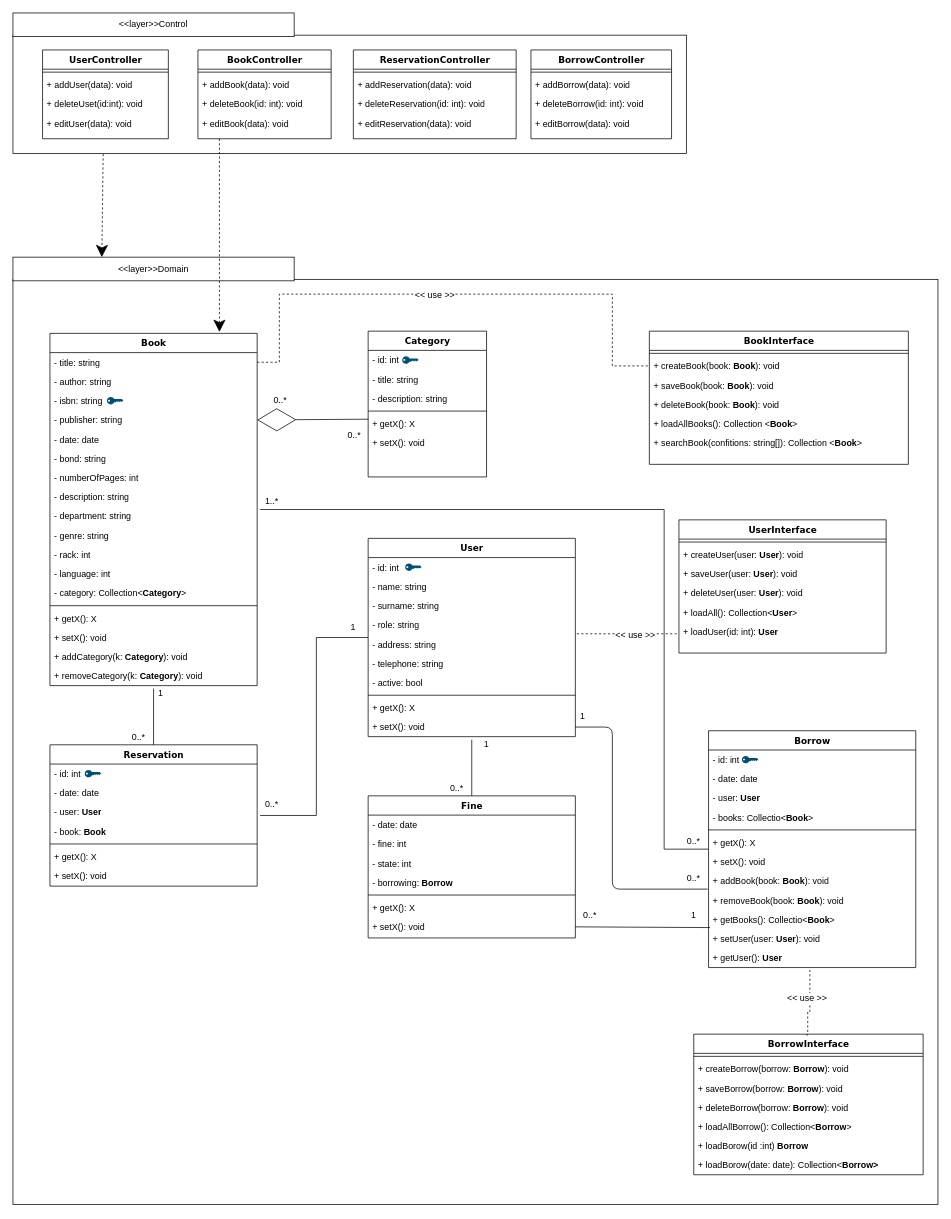
Before: Navrh_IS/assets/classdiagram/KDM.drawio in tammar96/piswap, a draw.io diagram. Source tidied: cells renumbered, new cells numbered last; positions are measured from the earlier drawing's top-left corner, leaving out a move shared by most shapes. Both pictures are drawn from the tidied source at 74%, with x=0, y=0 at pixel (13, 13).
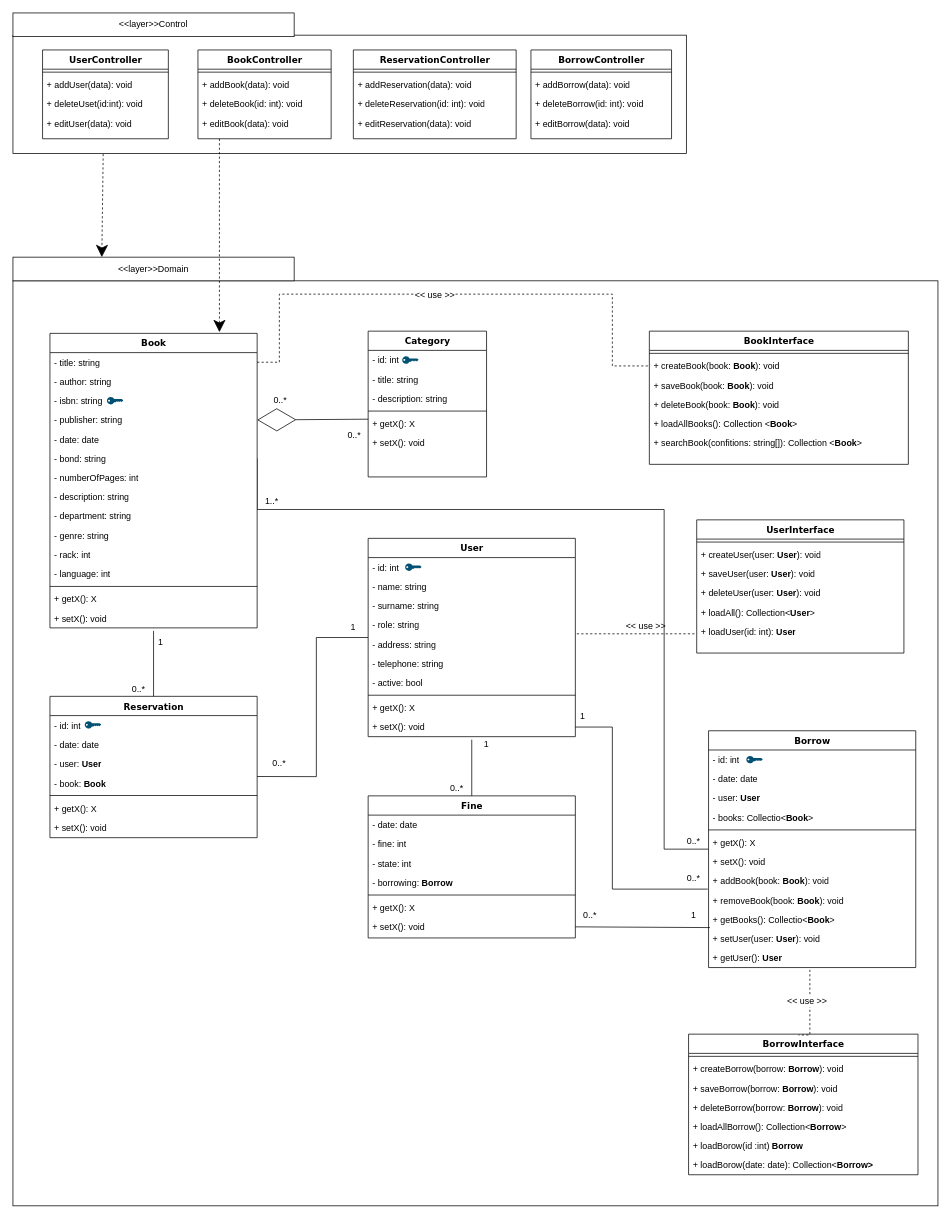
The same diagram, later.

Commit message (it also covers changes not shown here):
Remove category from Book class

Unchanged cells that the change refers to:
```xml
<mxCell id="4" style="edgeStyle=orthogonalEdgeStyle;rounded=0;jettySize=auto;html=1;startArrow=none;startFill=0;startSize=25;sourcePerimeterSpacing=4;endArrow=none;endFill=0;endSize=50;strokeColor=#000000;strokeWidth=1;dashed=1;" parent="1" edge="1" target="39">
  <mxGeometry relative="1" as="geometry">
    <mxPoint x="762" y="839" as="sourcePoint" />
    <Array as="points">
      <mxPoint x="880" y="839" />
      <mxPoint x="880" y="839" />
    </Array>
  </mxGeometry>
</mxCell>
<mxCell id="13" value="- bond: string" style="text;html=1;strokeColor=none;fillColor=none;align=left;verticalAlign=top;spacingLeft=4;spacingRight=4;whiteSpace=wrap;overflow=hidden;points=[[0,0.5],[1,0.5]];portConstraint=eastwest;" parent="7" vertex="1">
  <mxGeometry y="156" width="280" height="26" as="geometry" />
</mxCell>
<mxCell id="26" value="Borrow" style="swimlane;html=1;fontStyle=1;align=center;verticalAlign=top;horizontal=1;startSize=26;swimlaneFillColor=#ffffff;rounded=0;shadow=0;comic=0;labelBackgroundColor=none;strokeWidth=1;fillColor=none;fontFamily=Verdana;fontSize=12;" parent="1" vertex="1">
  <mxGeometry x="940" y="970" width="280" height="320" as="geometry" />
</mxCell>
<mxCell id="34" value="+ addBook(book: &lt;b&gt;Book&lt;/b&gt;): void" style="text;html=1;strokeColor=none;fillColor=none;align=left;verticalAlign=top;spacingLeft=4;spacingRight=4;whiteSpace=wrap;overflow=hidden;points=[[0,0.5],[1,0.5]];portConstraint=eastwest;" parent="26" vertex="1">
  <mxGeometry y="190" width="280" height="26" as="geometry" />
</mxCell>
<mxCell id="38" value="+ getUser(): &lt;b&gt;User&lt;/b&gt;" style="text;html=1;strokeColor=none;fillColor=none;align=left;verticalAlign=top;spacingLeft=4;spacingRight=4;whiteSpace=wrap;overflow=hidden;points=[[0,0.5],[1,0.5]];portConstraint=eastwest;" parent="26" vertex="1">
  <mxGeometry y="294" width="280" height="26" as="geometry" />
</mxCell>
<mxCell id="50" value="- user: &lt;b&gt;User&lt;/b&gt;" style="text;html=1;strokeColor=none;fillColor=none;align=left;verticalAlign=top;spacingLeft=4;spacingRight=4;whiteSpace=wrap;overflow=hidden;points=[[0,0.5],[1,0.5]];portConstraint=eastwest;" parent="47" vertex="1">
  <mxGeometry y="78" width="280" height="26" as="geometry" />
</mxCell>
<mxCell id="56" value="User" style="swimlane;html=1;fontStyle=1;align=center;verticalAlign=top;horizontal=1;startSize=26;swimlaneFillColor=#ffffff;rounded=0;shadow=0;comic=0;labelBackgroundColor=none;strokeWidth=1;fillColor=none;fontFamily=Verdana;fontSize=12;" parent="1" vertex="1">
  <mxGeometry x="480" y="710" width="280" height="268" as="geometry" />
</mxCell>
<mxCell id="66" value="+ setX(): void" style="text;html=1;strokeColor=none;fillColor=none;align=left;verticalAlign=top;spacingLeft=4;spacingRight=4;whiteSpace=wrap;overflow=hidden;points=[[0,0.5],[1,0.5]];portConstraint=eastwest;" parent="56" vertex="1">
  <mxGeometry y="242" width="280" height="26" as="geometry" />
</mxCell>
```

Diff of the diagram source:
```diff
@@
     <mxCell id="2" style="whiteSpace=wrap;html=1;" parent="1" vertex="1">
-      <mxGeometry y="360" width="1250" height="1250" as="geometry" />
+      <mxGeometry y="362" width="1250" height="1250" as="geometry" />
     </mxCell>
@@
     <mxCell id="5" value="&amp;lt;&amp;lt; use &amp;gt;&amp;gt;" style="text;html=1;align=center;verticalAlign=middle;labelBackgroundColor=#ffffff;" parent="4" vertex="1">
       <mxGeometry x="0.12" y="-1" relative="1" as="geometry">
-        <mxPoint x="1" as="offset" />
+        <mxPoint x="1" y="-12" as="offset" />
       </mxGeometry>
     </mxCell>
-    <mxCell id="6" style="edgeStyle=orthogonalEdgeStyle;rounded=0;jettySize=auto;html=1;startArrow=none;startFill=0;startSize=25;sourcePerimeterSpacing=4;endArrow=none;endFill=0;endSize=50;strokeColor=#000000;strokeWidth=1;" parent="1" edge="1" source="7" target="26">
+    <mxCell id="6" style="edgeStyle=orthogonalEdgeStyle;rounded=0;jettySize=auto;html=1;startArrow=none;startFill=0;startSize=25;sourcePerimeterSpacing=4;endArrow=none;endFill=0;endSize=50;strokeColor=#000000;strokeWidth=1;exitX=1;exitY=0.5;exitDx=0;exitDy=0;" parent="1" edge="1" source="13" target="26">
       <mxGeometry relative="1" as="geometry">
         <Array as="points">
+          <mxPoint x="330" y="671" />
           <mxPoint x="880" y="671" />
           <mxPoint x="880" y="1130" />
         </Array>
       </mxGeometry>
     </mxCell>
     <mxCell id="7" value="Book" style="swimlane;html=1;fontStyle=1;align=center;verticalAlign=top;horizontal=1;startSize=26;swimlaneFillColor=#ffffff;rounded=0;shadow=0;comic=0;labelBackgroundColor=none;strokeWidth=1;fillColor=none;fontFamily=Verdana;fontSize=12;" parent="1" vertex="1">
-      <mxGeometry x="50" y="433" width="280" height="476" as="geometry" />
+      <mxGeometry x="50" y="433" width="280" height="398" as="geometry" />
     </mxCell>
@@
-    <mxCell id="20" value="-&lt;span lang=&quot;en&quot;&gt; category&lt;/span&gt;: Collection&amp;lt;&lt;b&gt;Category&lt;/b&gt;&amp;gt;" style="text;html=1;strokeColor=none;fillColor=none;align=left;verticalAlign=top;spacingLeft=4;spacingRight=4;whiteSpace=wrap;overflow=hidden;" parent="7" vertex="1">
-      <mxGeometry y="338" width="280" height="26" as="geometry" />
-    </mxCell>
     <mxCell id="21" style="line;html=1;strokeWidth=1;fillColor=none;align=left;verticalAlign=middle;spacingTop=-1;spacingLeft=3;spacingRight=3;labelPosition=right;" parent="7" vertex="1">
-      <mxGeometry y="364" width="280" height="8" as="geometry" />
+      <mxGeometry y="338" width="280" height="8" as="geometry" />
     </mxCell>
     <mxCell id="22" value="+ getX(): X" style="text;html=1;strokeColor=none;fillColor=none;align=left;verticalAlign=top;spacingLeft=4;spacingRight=4;whiteSpace=wrap;overflow=hidden;" parent="7" vertex="1">
-      <mxGeometry y="372" width="280" height="26" as="geometry" />
+      <mxGeometry y="346" width="280" height="26" as="geometry" />
     </mxCell>
     <mxCell id="23" value="+ setX(): void" style="text;html=1;strokeColor=none;fillColor=none;align=left;verticalAlign=top;spacingLeft=4;spacingRight=4;whiteSpace=wrap;overflow=hidden;" parent="7" vertex="1">
-      <mxGeometry y="398" width="280" height="26" as="geometry" />
+      <mxGeometry y="372" width="280" height="26" as="geometry" />
     </mxCell>
-    <mxCell id="24" value="+ addCategory(k: &lt;b&gt;Category&lt;/b&gt;): void" style="text;html=1;strokeColor=none;fillColor=none;align=left;verticalAlign=top;spacingLeft=4;spacingRight=4;whiteSpace=wrap;overflow=hidden;" parent="7" vertex="1">
-      <mxGeometry y="424" width="280" height="26" as="geometry" />
-    </mxCell>
-    <mxCell id="25" value="+ removeCategory(k: &lt;b&gt;Category&lt;/b&gt;): void" style="text;html=1;strokeColor=none;fillColor=none;align=left;verticalAlign=top;spacingLeft=4;spacingRight=4;whiteSpace=wrap;overflow=hidden;" parent="7" vertex="1">
-      <mxGeometry y="450" width="280" height="26" as="geometry" />
-    </mxCell>
@@
     <mxCell id="39" value="UserInterface" style="swimlane;html=1;fontStyle=1;align=center;verticalAlign=top;horizontal=1;startSize=26;swimlaneFillColor=#ffffff;rounded=0;shadow=0;comic=0;labelBackgroundColor=none;strokeWidth=1;fillColor=none;fontFamily=Verdana;fontSize=12;" parent="1" vertex="1">
-      <mxGeometry x="900" y="685" width="280" height="180" as="geometry" />
+      <mxGeometry x="924" y="685" width="280" height="180" as="geometry" />
     </mxCell>
@@
-    <mxCell id="46" style="edgeStyle=orthogonalEdgeStyle;rounded=0;jettySize=auto;html=1;startArrow=none;startFill=0;startSize=25;sourcePerimeterSpacing=4;endArrow=none;endFill=0;endSize=50;strokeColor=#000000;strokeWidth=1;" parent="1" edge="1" source="47" target="56">
+    <mxCell id="46" style="edgeStyle=orthogonalEdgeStyle;rounded=0;jettySize=auto;html=1;startArrow=none;startFill=0;startSize=25;sourcePerimeterSpacing=4;endArrow=none;endFill=0;endSize=50;strokeColor=#000000;strokeWidth=1;" parent="1" edge="1" source="50" target="56">
       <mxGeometry relative="1" as="geometry">
         <Array as="points">
-          <mxPoint x="410" y="1085" />
+          <mxPoint x="410" y="1032" />
           <mxPoint x="410" y="844" />
         </Array>
       </mxGeometry>
     </mxCell>
     <mxCell id="47" value="Reservation" style="swimlane;html=1;fontStyle=1;align=center;verticalAlign=top;horizontal=1;startSize=26;swimlaneFillColor=#ffffff;rounded=0;shadow=0;comic=0;labelBackgroundColor=none;strokeWidth=1;fillColor=none;fontFamily=Verdana;fontSize=12;" parent="1" vertex="1">
-      <mxGeometry x="50" y="989" width="280" height="191" as="geometry" />
+      <mxGeometry x="50" y="923.5" width="280" height="191" as="geometry" />
     </mxCell>
@@
     <mxCell id="86" value="1" style="text;html=1;strokeColor=none;fillColor=none;align=center;verticalAlign=middle;whiteSpace=wrap;rounded=0;" parent="1" vertex="1">
-      <mxGeometry x="180" y="909" width="40" height="20" as="geometry" />
+      <mxGeometry x="180" y="840" width="40" height="20" as="geometry" />
     </mxCell>
     <mxCell id="87" value="0..*" style="text;html=1;strokeColor=none;fillColor=none;align=center;verticalAlign=middle;whiteSpace=wrap;rounded=0;" parent="1" vertex="1">
-      <mxGeometry x="150" y="969" width="40" height="20" as="geometry" />
+      <mxGeometry x="150" y="903.5" width="40" height="20" as="geometry" />
     </mxCell>
     <mxCell id="88" value="0..*" style="text;html=1;strokeColor=none;fillColor=none;align=center;verticalAlign=middle;whiteSpace=wrap;rounded=0;" parent="1" vertex="1">
-      <mxGeometry x="330" y="1060" width="40" height="20" as="geometry" />
+      <mxGeometry x="340" y="1004" width="40" height="20" as="geometry" />
     </mxCell>
@@
-    <mxCell id="96" style="endArrow=none;html=1;strokeColor=#000000;strokeWidth=1;entryX=1;entryY=0.5;entryDx=0;entryDy=0;exitX=-0.004;exitY=0.923;exitDx=0;exitDy=0;exitPerimeter=0;" parent="1" edge="1" source="34" target="66">
+    <mxCell id="96" style="endArrow=none;html=1;strokeColor=#000000;strokeWidth=1;entryX=1;entryY=0.5;entryDx=0;entryDy=0;exitX=-0.004;exitY=0.923;exitDx=0;exitDy=0;exitPerimeter=0;rounded=0;" parent="1" edge="1" source="34" target="66">
       <mxGeometry relative="1" as="geometry">
         <Array as="points">
           <mxPoint x="810" y="1184" />
           <mxPoint x="810" y="965" />
         </Array>
       </mxGeometry>
     </mxCell>
@@
     <mxCell id="109" value="BorrowInterface" style="swimlane;html=1;fontStyle=1;align=center;verticalAlign=top;horizontal=1;startSize=26;swimlaneFillColor=#ffffff;rounded=0;shadow=0;comic=0;labelBackgroundColor=none;strokeWidth=1;fillColor=none;fontFamily=Verdana;fontSize=12;" parent="1" vertex="1">
-      <mxGeometry x="920" y="1380" width="310" height="190" as="geometry" />
+      <mxGeometry x="913" y="1380" width="310" height="190" as="geometry" />
     </mxCell>
@@
     <mxCell id="117" style="edgeStyle=orthogonalEdgeStyle;rounded=0;jettySize=auto;html=1;startArrow=none;startFill=0;startSize=25;sourcePerimeterSpacing=4;endArrow=none;endFill=0;endSize=50;strokeColor=#000000;strokeWidth=1;dashed=1;entryX=0.479;entryY=0.006;entryDx=0;entryDy=0;entryPerimeter=0;exitX=0.489;exitY=1.115;exitDx=0;exitDy=0;exitPerimeter=0;" parent="1" edge="1" source="38" target="109">
       <mxGeometry relative="1" as="geometry">
         <Array as="points">
-          <mxPoint x="1077" y="1350" />
-          <mxPoint x="1074" y="1350" />
+          <mxPoint x="1077" y="1381" />
         </Array>
       </mxGeometry>
     </mxCell>
@@
     <mxCell id="148" style="verticalLabelPosition=bottom;html=1;verticalAlign=top;align=center;shape=mxgraph.cisco19.key;fillColor=#005073;strokeColor=none;" parent="1" vertex="1">
-      <mxGeometry x="97" y="1023" width="22.2" height="10" as="geometry" />
+      <mxGeometry x="97" y="957" width="22.2" height="10" as="geometry" />
     </mxCell>
     <mxCell id="149" style="verticalLabelPosition=bottom;html=1;verticalAlign=top;align=center;shape=mxgraph.cisco19.key;fillColor=#005073;strokeColor=none;" parent="1" vertex="1">
-      <mxGeometry x="985" y="1004" width="22.2" height="10" as="geometry" />
+      <mxGeometry x="991" y="1004" width="22.2" height="10" as="geometry" />
     </mxCell>
```
